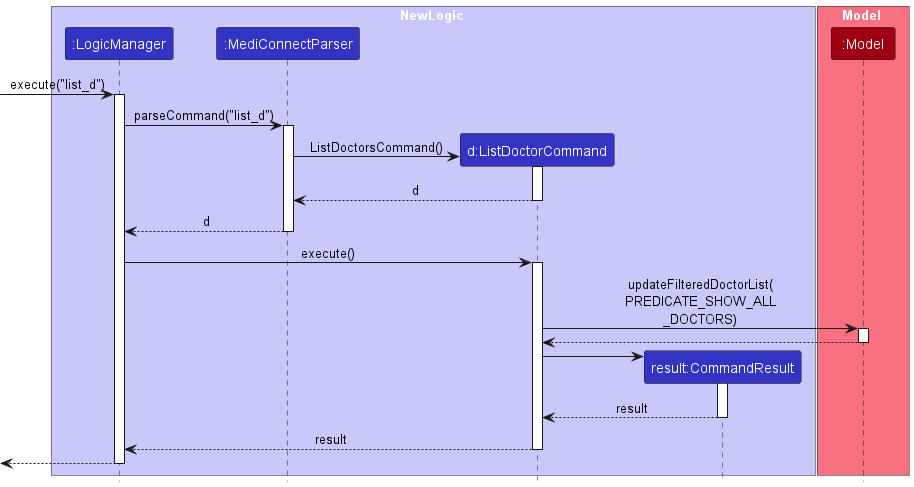
yanghengtang/tp keeps this PlantUML diagram as docs/images/ListDoctorSequence.png. Above is the earlier version.
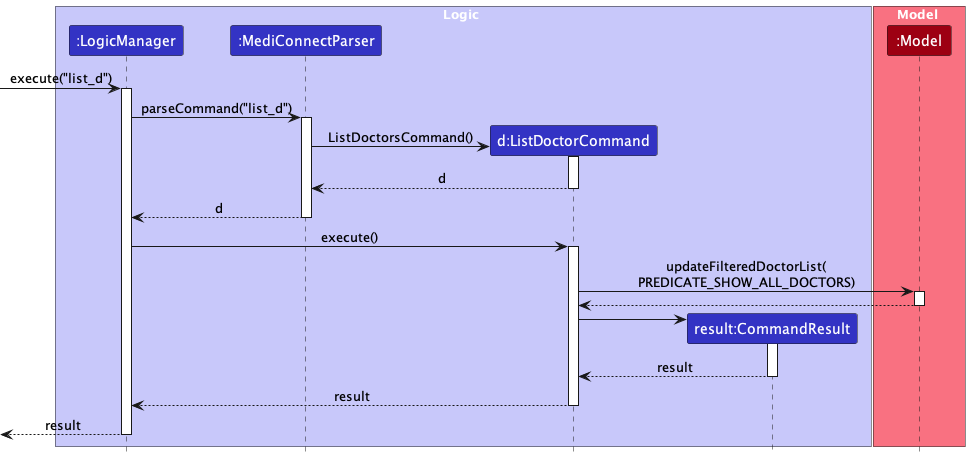
Above is the later version.

What changed in the source:
```diff
@@ -2,7 +2,7 @@
 !include style.puml
 skinparam ArrowFontStyle plain
 
-box NewLogic LOGIC_COLOR_T1
+box Logic LOGIC_COLOR_T1
 participant ":LogicManager" as LogicManager LOGIC_COLOR
 participant ":MediConnectParser" as MediConnectParser LOGIC_COLOR
 participant "d:ListDoctorCommand" as ListDoctorCommand LOGIC_COLOR
@@ -33,7 +33,7 @@
 LogicManager -> ListDoctorCommand : execute()
 activate ListDoctorCommand
 
-ListDoctorCommand -> Model : updateFilteredDoctorList(\nPREDICATE_SHOW_ALL\n_DOCTORS)
+ListDoctorCommand -> Model : updateFilteredDoctorList(\nPREDICATE_SHOW_ALL_DOCTORS)
 activate Model
 
 Model --> ListDoctorCommand
@@ -49,6 +49,6 @@
 ListDoctorCommand --> LogicManager : result
 deactivate ListDoctorCommand
 
-[<--LogicManager
+[<--LogicManager : result
 deactivate LogicManager
 @enduml
```
